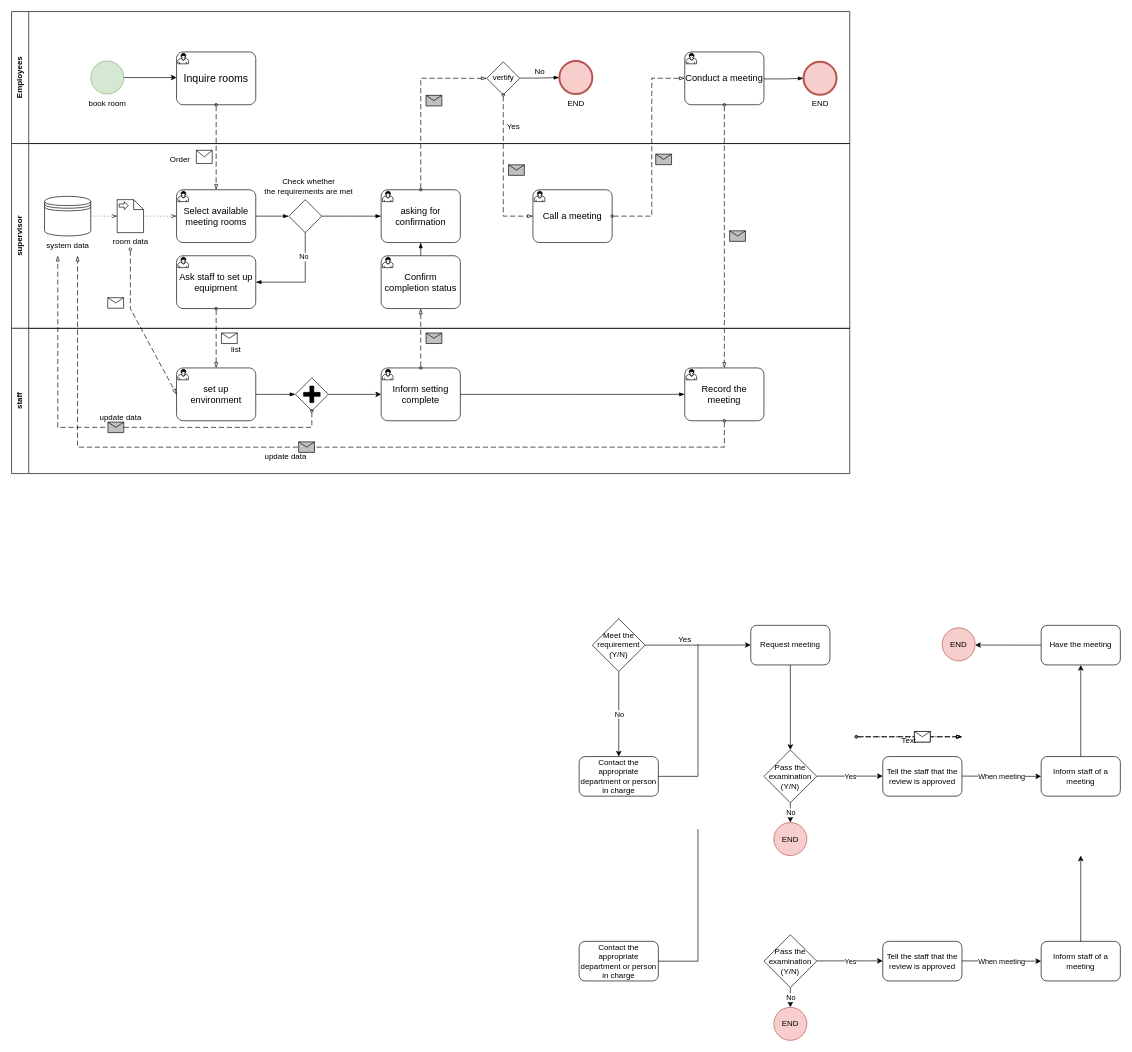
Before: 未命名绘图.drawio in evaZQR/Q-Agent, a draw.io diagram. Source tidied: cells renumbered, new cells numbered last; positions are measured from the earlier drawing's top-left corner, leaving out a move shared by most shapes. Both pictures are drawn from the tidied source at 66%, with x=0, y=0 at pixel (11, 11).
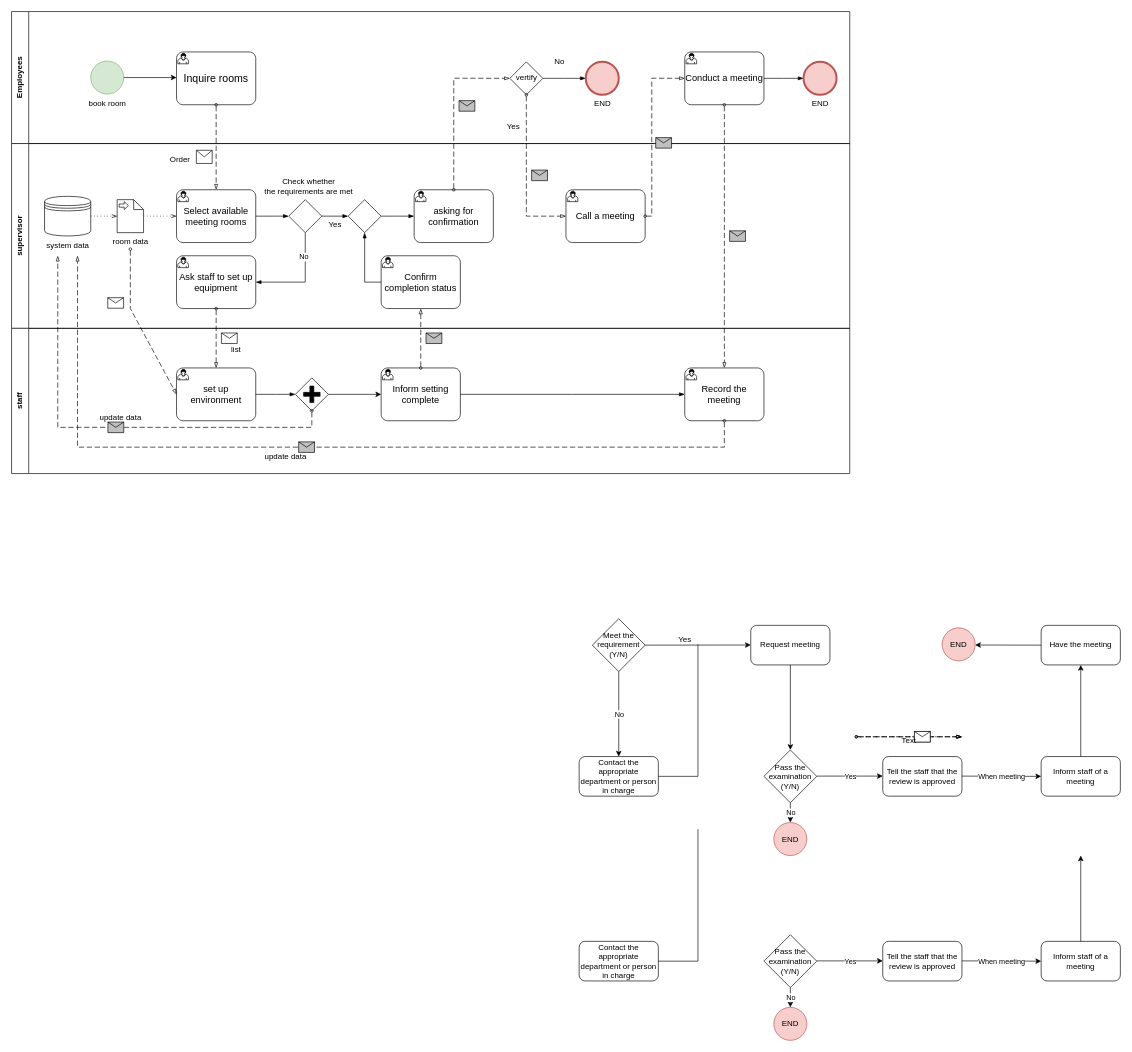
The same diagram, later.

Commit message:
更新未命名绘图.drawio

Unchanged cells that the change refers to:
```xml
<mxCell id="2" value="Employees" style="swimlane;horizontal=0;whiteSpace=wrap;html=1;startSize=26;" parent="1" vertex="1">
  <mxGeometry width="1270" height="200" as="geometry" />
</mxCell>
<mxCell id="19" value="&lt;font style=&quot;font-size: 14px;&quot;&gt;Conduct a meeting&lt;/font&gt;" style="points=[[0.25,0,0],[0.5,0,0],[0.75,0,0],[1,0.25,0],[1,0.5,0],[1,0.75,0],[0.75,1,0],[0.5,1,0],[0.25,1,0],[0,0.75,0],[0,0.5,0],[0,0.25,0]];shape=mxgraph.bpmn.task;whiteSpace=wrap;rectStyle=rounded;size=10;html=1;taskMarker=user;" parent="2" vertex="1">
  <mxGeometry x="1020" y="61.2" width="120" height="80" as="geometry" />
</mxCell>
<mxCell id="21" value="END" style="points=[[0.145,0.145,0],[0.5,0,0],[0.855,0.145,0],[1,0.5,0],[0.855,0.855,0],[0.5,1,0],[0.145,0.855,0],[0,0.5,0]];shape=mxgraph.bpmn.event;html=1;verticalLabelPosition=bottom;labelBackgroundColor=#ffffff;verticalAlign=top;align=center;perimeter=ellipsePerimeter;outlineConnect=0;outline=end;symbol=terminate2;fillColor=#f8cecc;strokeColor=#b85450;" parent="2" vertex="1">
  <mxGeometry x="1200" y="76.2" width="50" height="50" as="geometry" />
</mxCell>
<mxCell id="22" value="supervisor" style="swimlane;horizontal=0;whiteSpace=wrap;html=1;startSize=26;" parent="1" vertex="1">
  <mxGeometry y="200" width="1270" height="280" as="geometry" />
</mxCell>
<mxCell id="44" style="points=[[0.25,0.25,0],[0.5,0,0],[0.75,0.25,0],[1,0.5,0],[0.75,0.75,0],[0.5,1,0],[0.25,0.75,0],[0,0.5,0]];shape=mxgraph.bpmn.gateway2;html=1;verticalLabelPosition=bottom;labelBackgroundColor=#ffffff;verticalAlign=top;align=center;perimeter=rhombusPerimeter;outlineConnect=0;outline=none;symbol=none;" parent="22" vertex="1">
  <mxGeometry x="420" y="85" width="50" height="50" as="geometry" />
</mxCell>
<mxCell id="52" value="&lt;font style=&quot;font-size: 14px;&quot;&gt;Confirm completion status&lt;/font&gt;" style="points=[[0.25,0,0],[0.5,0,0],[0.75,0,0],[1,0.25,0],[1,0.5,0],[1,0.75,0],[0.75,1,0],[0.5,1,0],[0.25,1,0],[0,0.75,0],[0,0.5,0],[0,0.25,0]];shape=mxgraph.bpmn.task;whiteSpace=wrap;rectStyle=rounded;size=10;html=1;taskMarker=user;" parent="22" vertex="1">
  <mxGeometry x="560" y="170" width="120" height="80" as="geometry" />
</mxCell>
```

Change to the diagram source:
```diff
@@
     <mxCell id="13" style="points=[[0.25,0.25,0],[0.5,0,0],[0.75,0.25,0],[1,0.5,0],[0.75,0.75,0],[0.5,1,0],[0.25,0.75,0],[0,0.5,0]];shape=mxgraph.bpmn.gateway2;html=1;verticalLabelPosition=bottom;labelBackgroundColor=#ffffff;verticalAlign=top;align=center;perimeter=rhombusPerimeter;outlineConnect=0;outline=none;symbol=none;" parent="2" vertex="1">
-      <mxGeometry x="720" y="76.2" width="50" height="50" as="geometry" />
+      <mxGeometry x="755" y="76.2" width="50" height="50" as="geometry" />
     </mxCell>
     <mxCell id="14" value="vertify" style="text;html=1;align=center;verticalAlign=middle;strokeColor=none;fillColor=none;" parent="2" vertex="1">
-      <mxGeometry x="715" y="85" width="60" height="30" as="geometry" />
+      <mxGeometry x="750" y="85" width="60" height="30" as="geometry" />
     </mxCell>
-    <mxCell id="15" style="edgeStyle=elbowEdgeStyle;fontSize=12;html=1;endArrow=blockThin;endFill=1;rounded=0;elbow=horizontal;entryX=0;entryY=0.5;entryDx=0;entryDy=0;entryPerimeter=0;" parent="2" edge="1" target="17">
-      <mxGeometry relative="1" as="geometry">
-        <mxPoint x="770" y="100.8" as="sourcePoint" />
-      </mxGeometry>
+    <mxCell id="15" style="edgeStyle=elbowEdgeStyle;fontSize=12;html=1;endArrow=blockThin;endFill=1;rounded=0;elbow=horizontal;entryX=0;entryY=0.5;entryDx=0;entryDy=0;entryPerimeter=0;exitX=1;exitY=0.5;exitDx=0;exitDy=0;exitPerimeter=0;" parent="2" edge="1" source="13" target="17">
+      <mxGeometry relative="1" as="geometry" />
     </mxCell>
     <mxCell id="16" value="No" style="text;html=1;align=center;verticalAlign=middle;strokeColor=none;fillColor=none;" parent="2" vertex="1">
-      <mxGeometry x="780" y="76.2" width="40" height="30" as="geometry" />
+      <mxGeometry x="810" y="61.2" width="40" height="30" as="geometry" />
     </mxCell>
     <mxCell id="17" value="END" style="points=[[0.145,0.145,0],[0.5,0,0],[0.855,0.145,0],[1,0.5,0],[0.855,0.855,0],[0.5,1,0],[0.145,0.855,0],[0,0.5,0]];shape=mxgraph.bpmn.event;html=1;verticalLabelPosition=bottom;labelBackgroundColor=#ffffff;verticalAlign=top;align=center;perimeter=ellipsePerimeter;outlineConnect=0;outline=end;symbol=terminate2;fillColor=#f8cecc;strokeColor=#b85450;" parent="2" vertex="1">
-      <mxGeometry x="830" y="75" width="50" height="50" as="geometry" />
+      <mxGeometry x="870" y="76.2" width="50" height="50" as="geometry" />
     </mxCell>
@@
-    <mxCell id="20" style="edgeStyle=elbowEdgeStyle;fontSize=12;html=1;endArrow=blockThin;endFill=1;rounded=0;elbow=horizontal;entryX=0;entryY=0.5;entryDx=0;entryDy=0;entryPerimeter=0;" parent="2" edge="1" target="21">
-      <mxGeometry relative="1" as="geometry">
-        <mxPoint x="1140" y="102.1" as="sourcePoint" />
-      </mxGeometry>
+    <mxCell id="20" style="edgeStyle=elbowEdgeStyle;fontSize=12;html=1;endArrow=blockThin;endFill=1;rounded=0;elbow=horizontal;entryX=0;entryY=0.5;entryDx=0;entryDy=0;entryPerimeter=0;exitX=1;exitY=0.5;exitDx=0;exitDy=0;exitPerimeter=0;" parent="2" edge="1" source="19" target="21">
+      <mxGeometry relative="1" as="geometry" />
     </mxCell>
@@
-    <mxCell id="49" style="edgeStyle=elbowEdgeStyle;fontSize=12;html=1;endArrow=blockThin;endFill=1;rounded=0;exitX=1;exitY=0.5;exitDx=0;exitDy=0;exitPerimeter=0;" parent="22" edge="1" source="44">
+    <mxCell id="49" style="edgeStyle=elbowEdgeStyle;fontSize=12;html=1;endArrow=blockThin;endFill=1;rounded=0;exitX=1;exitY=0.5;exitDx=0;exitDy=0;exitPerimeter=0;entryX=0;entryY=0.5;entryDx=0;entryDy=0;entryPerimeter=0;elbow=vertical;" parent="22" edge="1" source="44">
       <mxGeometry relative="1" as="geometry">
-        <mxPoint x="560" y="110" as="targetPoint" />
+        <mxPoint x="510" y="110" as="targetPoint" />
       </mxGeometry>
     </mxCell>
     <mxCell id="50" value="&lt;font style=&quot;font-size: 14px;&quot;&gt;asking for confirmation&lt;/font&gt;" style="points=[[0.25,0,0],[0.5,0,0],[0.75,0,0],[1,0.25,0],[1,0.5,0],[1,0.75,0],[0.75,1,0],[0.5,1,0],[0.25,1,0],[0,0.75,0],[0,0.5,0],[0,0.25,0]];shape=mxgraph.bpmn.task;whiteSpace=wrap;rectStyle=rounded;size=10;html=1;taskMarker=user;" parent="22" vertex="1">
-      <mxGeometry x="560" y="70" width="120" height="80" as="geometry" />
+      <mxGeometry x="610" y="70" width="120" height="80" as="geometry" />
     </mxCell>
     <mxCell id="51" value="&lt;font style=&quot;font-size: 14px;&quot;&gt;Call a meeting&lt;/font&gt;" style="points=[[0.25,0,0],[0.5,0,0],[0.75,0,0],[1,0.25,0],[1,0.5,0],[1,0.75,0],[0.75,1,0],[0.5,1,0],[0.25,1,0],[0,0.75,0],[0,0.5,0],[0,0.25,0]];shape=mxgraph.bpmn.task;whiteSpace=wrap;rectStyle=rounded;size=10;html=1;taskMarker=user;" parent="22" vertex="1">
-      <mxGeometry x="790" y="70" width="120" height="80" as="geometry" />
+      <mxGeometry x="840" y="70" width="120" height="80" as="geometry" />
     </mxCell>
@@
-    <mxCell id="53" style="edgeStyle=elbowEdgeStyle;fontSize=12;html=1;endArrow=blockThin;endFill=1;rounded=0;exitX=0.5;exitY=0;exitDx=0;exitDy=0;exitPerimeter=0;entryX=0.5;entryY=1;entryDx=0;entryDy=0;entryPerimeter=0;" parent="22" edge="1" source="52" target="50">
-      <mxGeometry relative="1" as="geometry" />
-    </mxCell>
+    <mxCell id="110" style="edgeStyle=elbowEdgeStyle;fontSize=12;html=1;endArrow=blockThin;endFill=1;rounded=0;exitX=0;exitY=0.5;exitDx=0;exitDy=0;exitPerimeter=0;entryX=0.5;entryY=1;entryDx=0;entryDy=0;entryPerimeter=0;" parent="22" edge="1" source="52">
+      <mxGeometry relative="1" as="geometry">
+        <mxPoint x="535" y="135" as="targetPoint" />
+        <Array as="points">
+          <mxPoint x="535" y="200" />
+        </Array>
+      </mxGeometry>
+    </mxCell>
+    <mxCell id="111" style="edgeStyle=elbowEdgeStyle;fontSize=12;html=1;endArrow=blockThin;endFill=1;rounded=0;entryX=0;entryY=0.5;entryDx=0;entryDy=0;entryPerimeter=0;" parent="22" edge="1" target="50">
+      <mxGeometry relative="1" as="geometry">
+        <mxPoint x="560" y="110" as="sourcePoint" />
+      </mxGeometry>
+    </mxCell>
+    <mxCell id="112" style="shape=mxgraph.bpmn.gateway2;html=1;verticalLabelPosition=bottom;labelBackgroundColor=#ffffff;verticalAlign=top;align=center;perimeter=rhombusPerimeter;outline=none;symbol=none;" parent="22" vertex="1">
+      <mxGeometry x="510" y="85" width="50" height="50" as="geometry" />
+    </mxCell>
@@
     <mxCell id="98" style="endArrow=blockThin;html=1;labelPosition=left;verticalLabelPosition=middle;align=right;verticalAlign=middle;dashed=1;dashPattern=8 4;endFill=0;startArrow=oval;startFill=0;endSize=6;startSize=4;rounded=0;exitX=0.5;exitY=0;exitDx=0;exitDy=0;exitPerimeter=0;entryX=0;entryY=0.5;entryDx=0;entryDy=0;entryPerimeter=0;" parent="1" edge="1" source="50" target="13">
       <mxGeometry relative="1" as="geometry">
         <Array as="points">
-          <mxPoint x="620" y="101" />
+          <mxPoint x="670" y="101" />
         </Array>
       </mxGeometry>
     </mxCell>
@@
     <mxCell id="100" style="endArrow=blockThin;html=1;labelPosition=left;verticalLabelPosition=middle;align=right;verticalAlign=middle;dashed=1;dashPattern=8 4;endFill=0;startArrow=oval;startFill=0;endSize=6;startSize=4;rounded=0;exitX=0.5;exitY=1;exitDx=0;exitDy=0;exitPerimeter=0;entryX=0;entryY=0.5;entryDx=0;entryDy=0;entryPerimeter=0;" parent="1" edge="1" source="13" target="51">
       <mxGeometry relative="1" as="geometry">
         <Array as="points">
-          <mxPoint x="745" y="310" />
+          <mxPoint x="780" y="310" />
         </Array>
       </mxGeometry>
     </mxCell>
@@
+    <mxCell id="113" value="Yes" style="text;html=1;align=center;verticalAlign=middle;strokeColor=none;fillColor=none;" parent="1" vertex="1">
+      <mxGeometry x="470" y="308" width="40" height="30" as="geometry" />
+    </mxCell>
```
